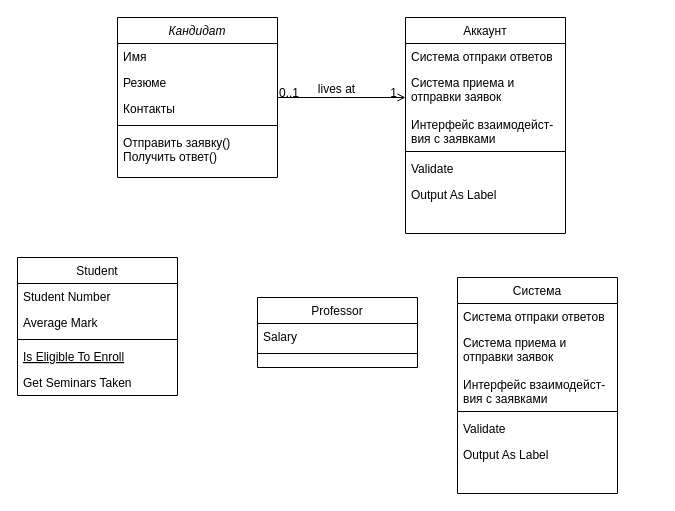
The draw.io diagram классов.drawio in Leewhocan/10_siaod, before the edit. Source tidied: cells renumbered, new cells numbered last; positions are measured from the earlier drawing's top-left corner, leaving out a move shared by most shapes. Both pictures are drawn from the tidied source at 100%, with x=0, y=0 at pixel (17, 17).
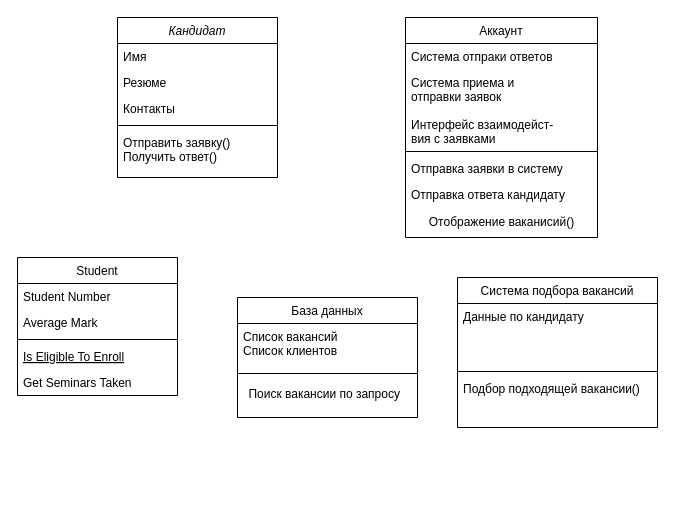
After the change.

The change refers to these unchanged cells:
```xml
<mxCell id="2" value="Кандидат" style="swimlane;fontStyle=2;align=center;verticalAlign=top;horizontal=1;startSize=26;rounded=0;shadow=0;strokeWidth=1;" parent="1" vertex="1">
  <mxGeometry x="100" width="160" height="160" as="geometry" />
</mxCell>
```

Diff of the diagram source:
```diff
@@
-    <mxCell id="14" value="Professor" style="swimlane;fontStyle=0;align=center;verticalAlign=top;horizontal=1;startSize=26;rounded=0;shadow=0;strokeWidth=1;" parent="1" vertex="1">
-      <mxGeometry x="240" y="280" width="160" height="70" as="geometry" />
+    <mxCell id="14" value="База данных" style="swimlane;fontStyle=0;align=center;verticalAlign=top;horizontal=1;startSize=26;rounded=0;shadow=0;strokeWidth=1;" parent="1" vertex="1">
+      <mxGeometry x="220" y="280" width="180" height="120" as="geometry" />
     </mxCell>
-    <mxCell id="15" value="Salary" style="text;align=left;verticalAlign=top;spacingLeft=4;spacingRight=4;overflow=hidden;" parent="14" vertex="1">
-      <mxGeometry y="26" width="160" height="26" as="geometry" />
+    <mxCell id="15" value="Список вакансий&#10;Список клиентов" style="text;align=left;verticalAlign=top;spacingLeft=4;spacingRight=4;overflow=hidden;" parent="14" vertex="1">
+      <mxGeometry y="26" width="180" height="44" as="geometry" />
     </mxCell>
     <mxCell id="16" style="line;html=1;strokeWidth=1;align=left;verticalAlign=middle;spacingTop=-1;spacingLeft=3;spacingRight=3;labelPosition=right;" parent="14" vertex="1">
-      <mxGeometry y="52" width="160" height="8" as="geometry" />
+      <mxGeometry y="70" width="180" height="12" as="geometry" />
     </mxCell>
+    <mxCell id="33" value="Поиск вакансии по запросу&amp;nbsp;&amp;nbsp;" style="text;html=1;align=center;verticalAlign=middle;strokeColor=none;fillColor=none;" parent="14" vertex="1">
+      <mxGeometry y="82" width="180" height="30" as="geometry" />
+    </mxCell>
     <mxCell id="17" value="Аккаунт" style="swimlane;fontStyle=0;align=center;verticalAlign=top;horizontal=1;startSize=26;rounded=0;shadow=0;strokeWidth=1;" parent="1" vertex="1">
-      <mxGeometry x="388" width="160" height="216" as="geometry" />
+      <mxGeometry x="388" width="192" height="220" as="geometry" />
     </mxCell>
     <mxCell id="18" value="Система отпраки ответов" style="text;align=left;verticalAlign=top;spacingLeft=4;spacingRight=4;overflow=hidden;" parent="17" vertex="1">
-      <mxGeometry y="26" width="160" height="26" as="geometry" />
+      <mxGeometry y="26" width="192" height="26" as="geometry" />
     </mxCell>
     <mxCell id="19" value="Система приема и &#10;отправки заявок&#10;&#10;Интерфейс взаимодейст-&#10;вия с заявками" style="text;align=left;verticalAlign=top;spacingLeft=4;spacingRight=4;overflow=hidden;rounded=0;shadow=0;html=0;" parent="17" vertex="1">
-      <mxGeometry y="52" width="160" height="78" as="geometry" />
+      <mxGeometry y="52" width="192" height="78" as="geometry" />
     </mxCell>
     <mxCell id="20" style="line;html=1;strokeWidth=1;align=left;verticalAlign=middle;spacingTop=-1;spacingLeft=3;spacingRight=3;labelPosition=right;" parent="17" vertex="1">
-      <mxGeometry y="130" width="160" height="8" as="geometry" />
+      <mxGeometry y="130" width="192" height="8" as="geometry" />
     </mxCell>
-    <mxCell id="21" value="Validate" style="text;align=left;verticalAlign=top;spacingLeft=4;spacingRight=4;overflow=hidden;" parent="17" vertex="1">
-      <mxGeometry y="138" width="160" height="26" as="geometry" />
+    <mxCell id="21" value="Отправка заявки в систему" style="text;align=left;verticalAlign=top;spacingLeft=4;spacingRight=4;overflow=hidden;" parent="17" vertex="1">
+      <mxGeometry y="138" width="192" height="26" as="geometry" />
     </mxCell>
-    <mxCell id="22" value="Output As Label" style="text;align=left;verticalAlign=top;spacingLeft=4;spacingRight=4;overflow=hidden;" parent="17" vertex="1">
-      <mxGeometry y="164" width="160" height="26" as="geometry" />
+    <mxCell id="22" value="Отправка ответа кандидату" style="text;align=left;verticalAlign=top;spacingLeft=4;spacingRight=4;overflow=hidden;" parent="17" vertex="1">
+      <mxGeometry y="164" width="192" height="26" as="geometry" />
     </mxCell>
-    <mxCell id="23" style="endArrow=open;shadow=0;strokeWidth=1;rounded=0;endFill=1;edgeStyle=elbowEdgeStyle;elbow=vertical;" parent="1" edge="1" source="2" target="17">
-      <mxGeometry x="0.5" y="41" relative="1" as="geometry">
-        <mxPoint x="-40" y="32" as="offset" />
-      </mxGeometry>
-    </mxCell>
-    <mxCell id="24" value="0..1" style="align=left;verticalAlign=bottom;labelBackgroundColor=none;fontSize=12;" parent="23" vertex="1">
-      <mxGeometry x="-1" relative="1" as="geometry">
-        <mxPoint y="4" as="offset" />
-      </mxGeometry>
-    </mxCell>
-    <mxCell id="25" value="1" style="align=right;verticalAlign=bottom;labelBackgroundColor=none;fontSize=12;" parent="23" vertex="1">
-      <mxGeometry x="1" relative="1" as="geometry">
-        <mxPoint x="-7" y="4" as="offset" />
-      </mxGeometry>
-    </mxCell>
-    <mxCell id="26" value="lives at" style="text;html=1;align=center;verticalAlign=middle;labelBackgroundColor=none;rounded=0;shadow=0;strokeWidth=1;fontSize=12;" parent="23" vertex="1">
-      <mxGeometry x="0.5" y="49" relative="1" as="geometry">
-        <mxPoint x="-38" y="40" as="offset" />
-      </mxGeometry>
-    </mxCell>
+    <mxCell id="34" value="Отображение ваканисий()" style="text;html=1;align=center;verticalAlign=middle;strokeColor=none;fillColor=none;" parent="17" vertex="1">
+      <mxGeometry y="190" width="192" height="30" as="geometry" />
+    </mxCell>
-    <mxCell id="27" value="Система" style="swimlane;fontStyle=0;align=center;verticalAlign=top;horizontal=1;startSize=26;rounded=0;shadow=0;strokeWidth=1;" parent="1" vertex="1">
-      <mxGeometry x="440" y="260" width="160" height="216" as="geometry" />
+    <mxCell id="27" value="Система подбора вакансий" style="swimlane;fontStyle=0;align=center;verticalAlign=top;horizontal=1;startSize=26;rounded=0;shadow=0;strokeWidth=1;" parent="1" vertex="1">
+      <mxGeometry x="440" y="260" width="200" height="150" as="geometry" />
     </mxCell>
-    <mxCell id="28" value="Система отпраки ответов" style="text;align=left;verticalAlign=top;spacingLeft=4;spacingRight=4;overflow=hidden;" parent="27" vertex="1">
-      <mxGeometry y="26" width="160" height="26" as="geometry" />
+    <mxCell id="28" value="Данные по кандидату" style="text;align=left;verticalAlign=top;spacingLeft=4;spacingRight=4;overflow=hidden;" parent="27" vertex="1">
+      <mxGeometry y="26" width="200" height="64" as="geometry" />
     </mxCell>
-    <mxCell id="29" value="Система приема и &#10;отправки заявок&#10;&#10;Интерфейс взаимодейст-&#10;вия с заявками" style="text;align=left;verticalAlign=top;spacingLeft=4;spacingRight=4;overflow=hidden;rounded=0;shadow=0;html=0;" parent="27" vertex="1">
-      <mxGeometry y="52" width="160" height="78" as="geometry" />
-    </mxCell>
     <mxCell id="30" style="line;html=1;strokeWidth=1;align=left;verticalAlign=middle;spacingTop=-1;spacingLeft=3;spacingRight=3;labelPosition=right;" parent="27" vertex="1">
-      <mxGeometry y="130" width="160" height="8" as="geometry" />
+      <mxGeometry y="90" width="200" height="8" as="geometry" />
     </mxCell>
-    <mxCell id="31" value="Validate" style="text;align=left;verticalAlign=top;spacingLeft=4;spacingRight=4;overflow=hidden;" parent="27" vertex="1">
-      <mxGeometry y="138" width="160" height="26" as="geometry" />
+    <mxCell id="31" value="Подбор подходящей вакансии()" style="text;align=left;verticalAlign=top;spacingLeft=4;spacingRight=4;overflow=hidden;" parent="27" vertex="1">
+      <mxGeometry y="98" width="200" height="26" as="geometry" />
     </mxCell>
-    <mxCell id="32" value="Output As Label" style="text;align=left;verticalAlign=top;spacingLeft=4;spacingRight=4;overflow=hidden;" parent="27" vertex="1">
-      <mxGeometry y="164" width="160" height="26" as="geometry" />
-    </mxCell>
```
